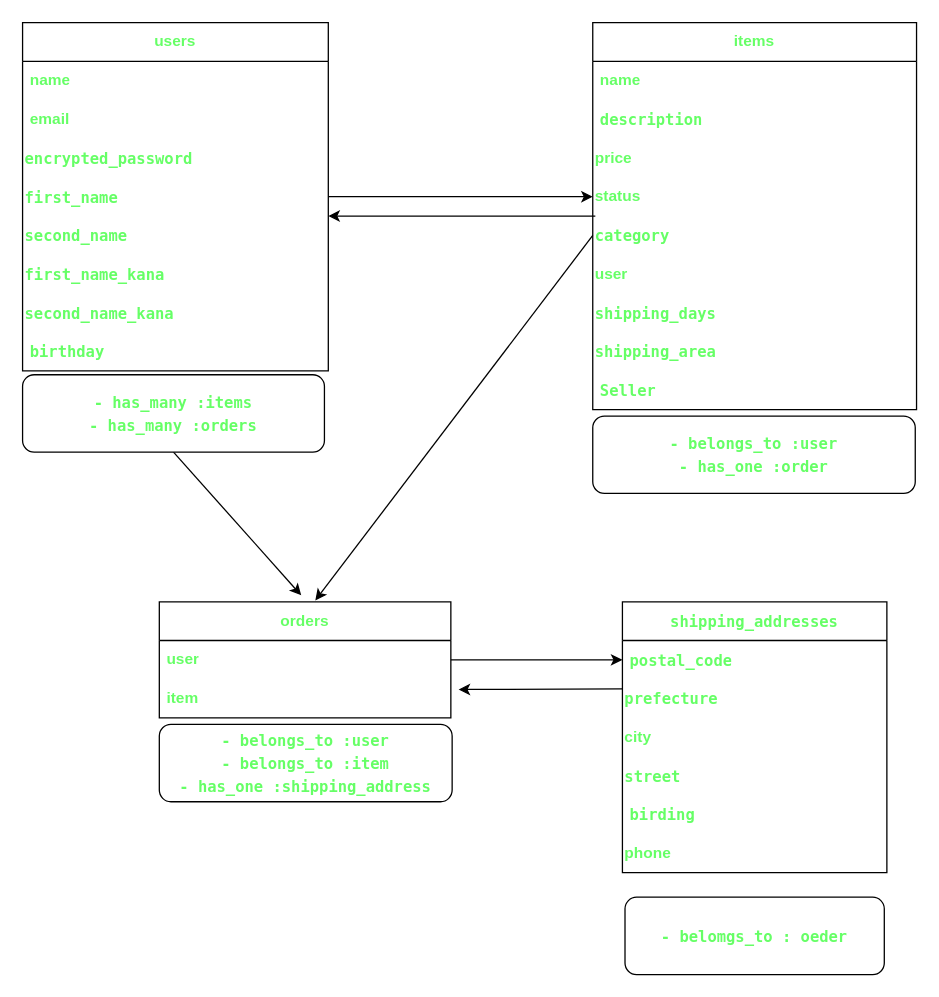
Before: page "ページ1" (1 of 2) of app/views/ER図.dio in SAUNAJUNKIE/furima-38922, a draw.io diagram. Source tidied: cells renumbered, new cells numbered last; positions are measured from the earlier drawing's top-left corner, leaving out a move shared by most shapes. Both pictures are drawn from the tidied source at 129%, with x=0, y=0 at pixel (22, 22).
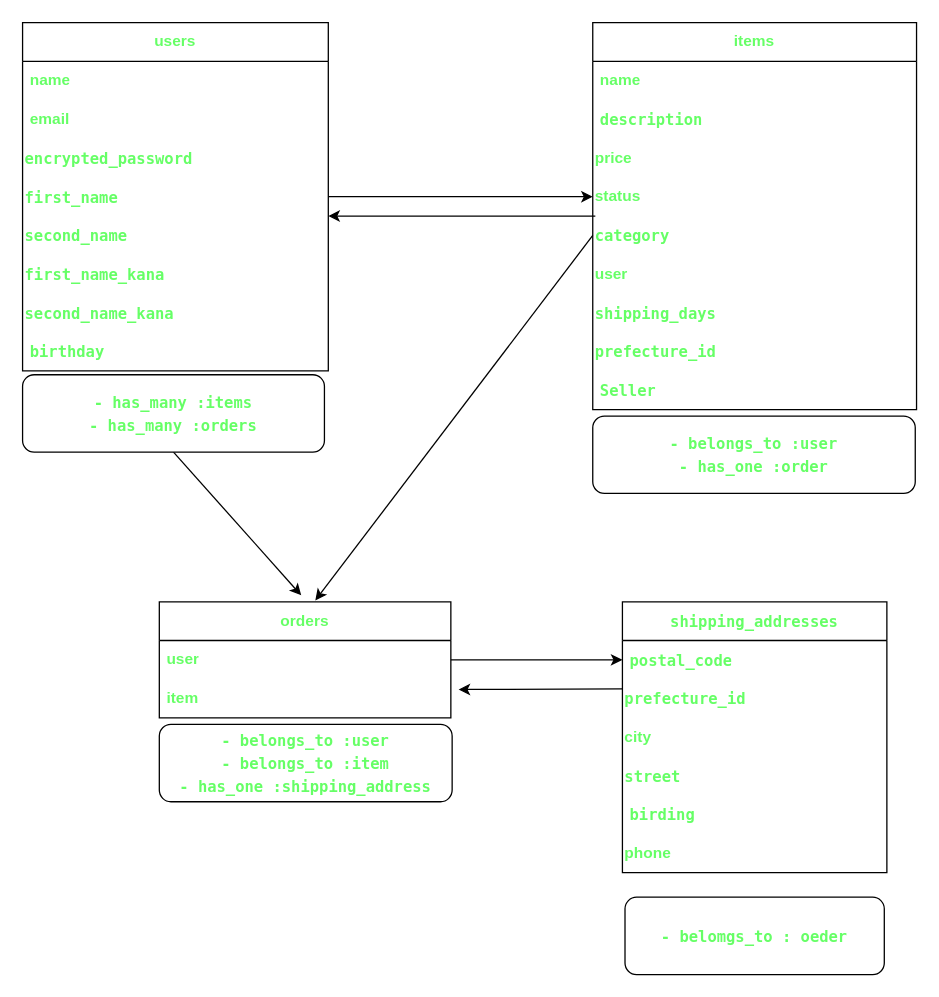
The same page after the edit.

The change refers to these unchanged cells:
```xml
<mxCell id="12" value="items" style="swimlane;fontStyle=1;horizontal=1;startSize=30;whiteSpace=wrap;html=1;labelBackgroundColor=none;fontColor=#66FF66;align=center;" parent="1" vertex="1">
  <mxGeometry x="442" width="251" height="300" as="geometry" />
</mxCell>
<mxCell id="25" value="&lt;div style=&quot;font-family: Menlo, Monaco, &amp;quot;Courier New&amp;quot;, monospace; line-height: 18px;&quot;&gt;&lt;span style=&quot;&quot;&gt;shipping_addresses&lt;/span&gt;&lt;/div&gt;" style="swimlane;fontStyle=1;horizontal=1;startSize=30;whiteSpace=wrap;html=1;labelBackgroundColor=none;fontColor=#66FF66;align=center;" parent="1" vertex="1">
  <mxGeometry x="465" y="449" width="205" height="210" as="geometry" />
</mxCell>
```

Change to the diagram source:
```diff
@@
-    <mxCell id="20" value="&lt;div style=&quot;font-family: Menlo, Monaco, &amp;quot;Courier New&amp;quot;, monospace; font-size: 12px; line-height: 18px;&quot;&gt;&lt;div&gt;&lt;span style=&quot;&quot;&gt;shipping_area&lt;/span&gt;&lt;/div&gt;&lt;/div&gt;" style="text;html=1;strokeColor=none;fillColor=none;align=left;verticalAlign=middle;whiteSpace=wrap;rounded=0;labelBackgroundColor=none;fontColor=#66FF66;fontStyle=1;" parent="12" vertex="1">
-      <mxGeometry y="240" width="251" height="30" as="geometry" />
-    </mxCell>
+    <mxCell id="41" value="&lt;div style=&quot;font-family: Menlo, Monaco, &amp;quot;Courier New&amp;quot;, monospace; font-size: 12px; line-height: 18px;&quot;&gt;&lt;div&gt;&lt;span style=&quot;&quot;&gt;prefecture_id&lt;/span&gt;&lt;/div&gt;&lt;/div&gt;" style="text;html=1;strokeColor=none;fillColor=none;align=left;verticalAlign=middle;whiteSpace=wrap;rounded=0;labelBackgroundColor=none;fontColor=#66FF66;fontStyle=1;" parent="12" vertex="1">
+      <mxGeometry y="240" width="251" height="30" as="geometry" />
+    </mxCell>
@@
-    <mxCell id="27" value="&lt;div style=&quot;font-family: Menlo, Monaco, &amp;quot;Courier New&amp;quot;, monospace; font-size: 12px; line-height: 18px;&quot;&gt;&lt;div&gt;&lt;span style=&quot;&quot;&gt;prefecture&lt;/span&gt;&lt;/div&gt;&lt;/div&gt;" style="text;html=1;strokeColor=none;fillColor=none;align=left;verticalAlign=middle;whiteSpace=wrap;rounded=0;labelBackgroundColor=none;fontColor=#66FF66;fontStyle=1;" parent="25" vertex="1">
+    <mxCell id="27" value="&lt;div style=&quot;font-family: Menlo, Monaco, &amp;quot;Courier New&amp;quot;, monospace; font-size: 12px; line-height: 18px;&quot;&gt;&lt;div&gt;&lt;span style=&quot;&quot;&gt;prefecture_id&lt;/span&gt;&lt;/div&gt;&lt;/div&gt;" style="text;html=1;strokeColor=none;fillColor=none;align=left;verticalAlign=middle;whiteSpace=wrap;rounded=0;labelBackgroundColor=none;fontColor=#66FF66;fontStyle=1;" parent="25" vertex="1">
       <mxGeometry y="60" width="205" height="30" as="geometry" />
     </mxCell>
```
